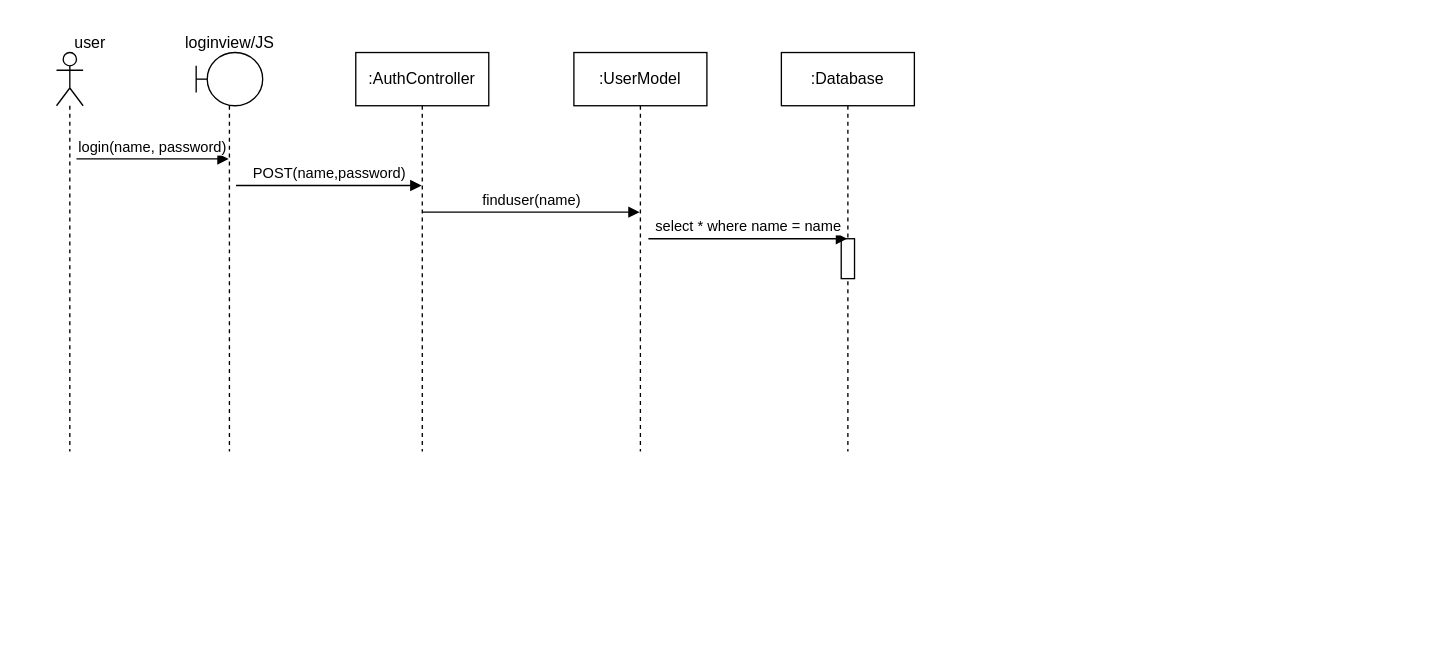
This is docs/diagram/sequence/Login.drawio from spiritou/MO_Data_Entry, a draw.io file, before an edit. Source tidied: cells renumbered, new cells numbered last; positions are measured from the earlier drawing's top-left corner, leaving out a move shared by most shapes. Both pictures are drawn from the tidied source at 133%, with x=0, y=0 at pixel (56, 23).
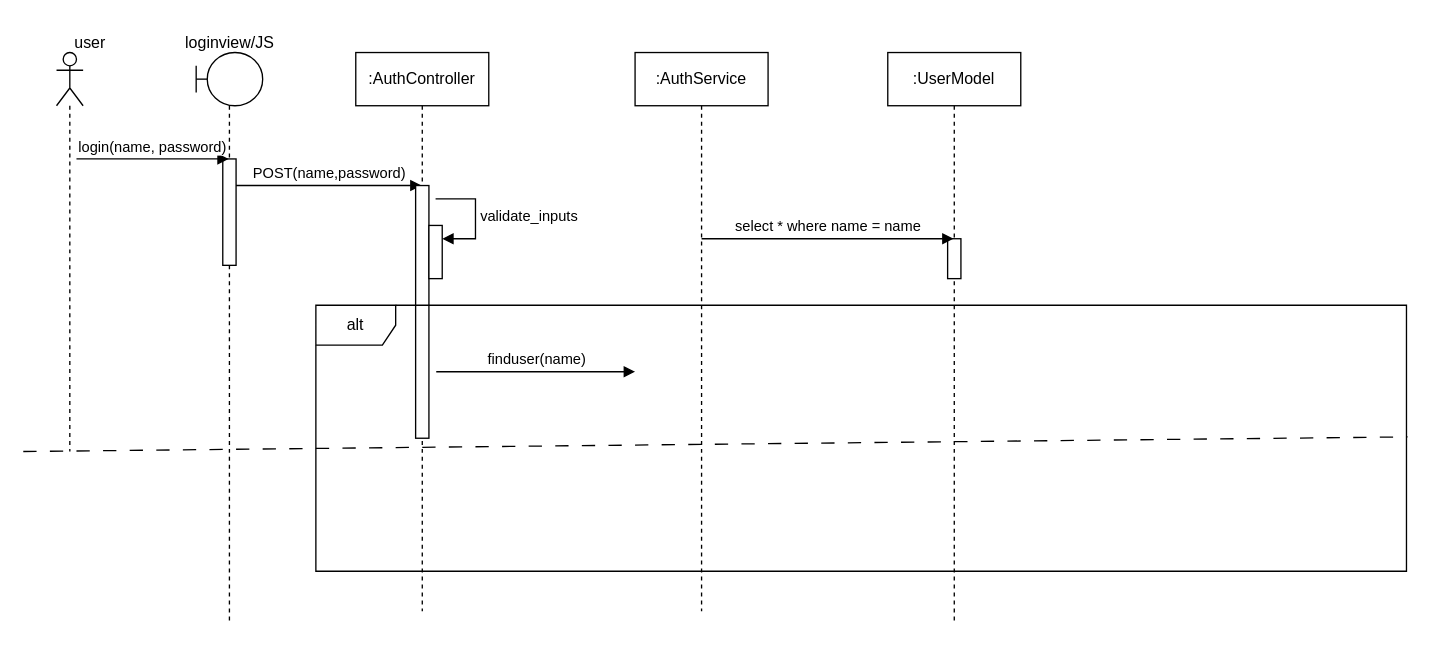
Above is the later version.

Commit message:
setting up the alt fragment in my Login sqce dgrm

Change to the diagram source:
```diff
@@
     <mxCell id="3" style="shape=umlLifeline;perimeter=lifelinePerimeter;whiteSpace=wrap;html=1;outlineConnect=0;portConstraint=eastwest;newEdgeStyle={&quot;curved&quot;:0,&quot;rounded&quot;:0};participant=umlBoundary;" parent="1" vertex="1">
-      <mxGeometry x="105" y="22" width="50" height="300" as="geometry" />
+      <mxGeometry x="105" y="22" width="50" height="430" as="geometry" />
     </mxCell>
+    <mxCell id="14" style="html=1;perimeter=orthogonalPerimeter;targetShapes=umlLifeline;newEdgeStyle={&quot;curved&quot;:0,&quot;rounded&quot;:0};" parent="3" vertex="1">
+      <mxGeometry x="20" y="80" width="10" height="80" as="geometry" />
+    </mxCell>
@@
-    <mxCell id="6" value=":UserModel" style="shape=umlLifeline;perimeter=lifelinePerimeter;whiteSpace=wrap;html=1;outlineConnect=0;portConstraint=eastwest;newEdgeStyle={&quot;curved&quot;:0,&quot;rounded&quot;:0};" parent="1" vertex="1">
-      <mxGeometry x="389" y="22" width="100" height="300" as="geometry" />
+    <mxCell id="6" value=":AuthService" style="shape=umlLifeline;perimeter=lifelinePerimeter;whiteSpace=wrap;html=1;outlineConnect=0;portConstraint=eastwest;newEdgeStyle={&quot;curved&quot;:0,&quot;rounded&quot;:0};" parent="1" vertex="1">
+      <mxGeometry x="435" y="22" width="100" height="420" as="geometry" />
     </mxCell>
-    <mxCell id="7" value=":Database" style="shape=umlLifeline;perimeter=lifelinePerimeter;whiteSpace=wrap;html=1;outlineConnect=0;portConstraint=eastwest;newEdgeStyle={&quot;curved&quot;:0,&quot;rounded&quot;:0};" parent="1" vertex="1">
-      <mxGeometry x="545" y="22" width="100" height="300" as="geometry" />
+    <mxCell id="7" value=":UserModel" style="shape=umlLifeline;perimeter=lifelinePerimeter;whiteSpace=wrap;html=1;outlineConnect=0;portConstraint=eastwest;newEdgeStyle={&quot;curved&quot;:0,&quot;rounded&quot;:0};" parent="1" vertex="1">
+      <mxGeometry x="625" y="22" width="100" height="430" as="geometry" />
     </mxCell>
@@
-    <mxCell id="11" value="finduser(name)" style="html=1;verticalAlign=bottom;endArrow=block;curved=0;rounded=0;" parent="1" edge="1" target="6">
+    <mxCell id="11" value="finduser(name)" style="html=1;verticalAlign=bottom;endArrow=block;curved=0;rounded=0;" parent="1" edge="1">
       <mxGeometry relative="1" as="geometry">
-        <mxPoint x="275" y="142" as="sourcePoint" />
+        <mxPoint x="285.5" y="262" as="sourcePoint" />
+        <mxPoint x="435" y="262" as="targetPoint" />
       </mxGeometry>
     </mxCell>
     <mxCell id="12" value="select * where name = name" style="html=1;verticalAlign=bottom;endArrow=block;curved=0;rounded=0;" parent="1" edge="1" target="7">
       <mxGeometry relative="1" as="geometry">
-        <mxPoint x="445" y="162" as="sourcePoint" />
+        <mxPoint x="485" y="162" as="sourcePoint" />
       </mxGeometry>
     </mxCell>
     <mxCell id="13" value=":AuthController" style="shape=umlLifeline;perimeter=lifelinePerimeter;whiteSpace=wrap;html=1;newEdgeStyle={&quot;curved&quot;:0,&quot;rounded&quot;:0};" parent="1" vertex="1">
-      <mxGeometry x="225" y="22" width="100" height="300" as="geometry" />
+      <mxGeometry x="225" y="22" width="100" height="420" as="geometry" />
     </mxCell>
+    <mxCell id="15" style="html=1;perimeter=orthogonalPerimeter;targetShapes=umlLifeline;newEdgeStyle={&quot;curved&quot;:0,&quot;rounded&quot;:0};" parent="13" vertex="1">
+      <mxGeometry x="45" y="100" width="10" height="190" as="geometry" />
+    </mxCell>
+    <mxCell id="16" style="html=1;points=[[0,0,0,0,5],[0,1,0,0,-5],[1,0,0,0,5],[1,1,0,0,-5]];perimeter=orthogonalPerimeter;outlineConnect=0;targetShapes=umlLifeline;portConstraint=eastwest;newEdgeStyle={&quot;curved&quot;:0,&quot;rounded&quot;:0};" parent="13" vertex="1">
+      <mxGeometry x="55" y="130" width="10" height="40" as="geometry" />
+    </mxCell>
+    <mxCell id="17" value="validate_inputs" style="html=1;align=left;spacingLeft=2;endArrow=block;rounded=0;edgeStyle=orthogonalEdgeStyle;curved=0;rounded=0;" parent="13" edge="1" target="16">
+      <mxGeometry relative="1" as="geometry">
+        <mxPoint x="60" y="110" as="sourcePoint" />
+        <Array as="points">
+          <mxPoint x="90" y="140" />
+        </Array>
+      </mxGeometry>
+    </mxCell>
+    <mxCell id="18" value="alt" style="shape=umlFrame;whiteSpace=wrap;html=1;" parent="1" vertex="1">
+      <mxGeometry x="195" y="212" width="820" height="200" as="geometry" />
+    </mxCell>
+    <mxCell id="19" style="endArrow=none;startArrow=none;endFill=0;startFill=0;endSize=8;html=1;verticalAlign=bottom;dashed=1;labelBackgroundColor=none;dashPattern=10 10;entryX=1.001;entryY=0.495;entryDx=0;entryDy=0;entryPerimeter=0;" parent="1" edge="1" target="18">
+      <mxGeometry relative="1" as="geometry">
+        <mxPoint x="-25" y="322" as="sourcePoint" />
+      </mxGeometry>
+    </mxCell>
```
